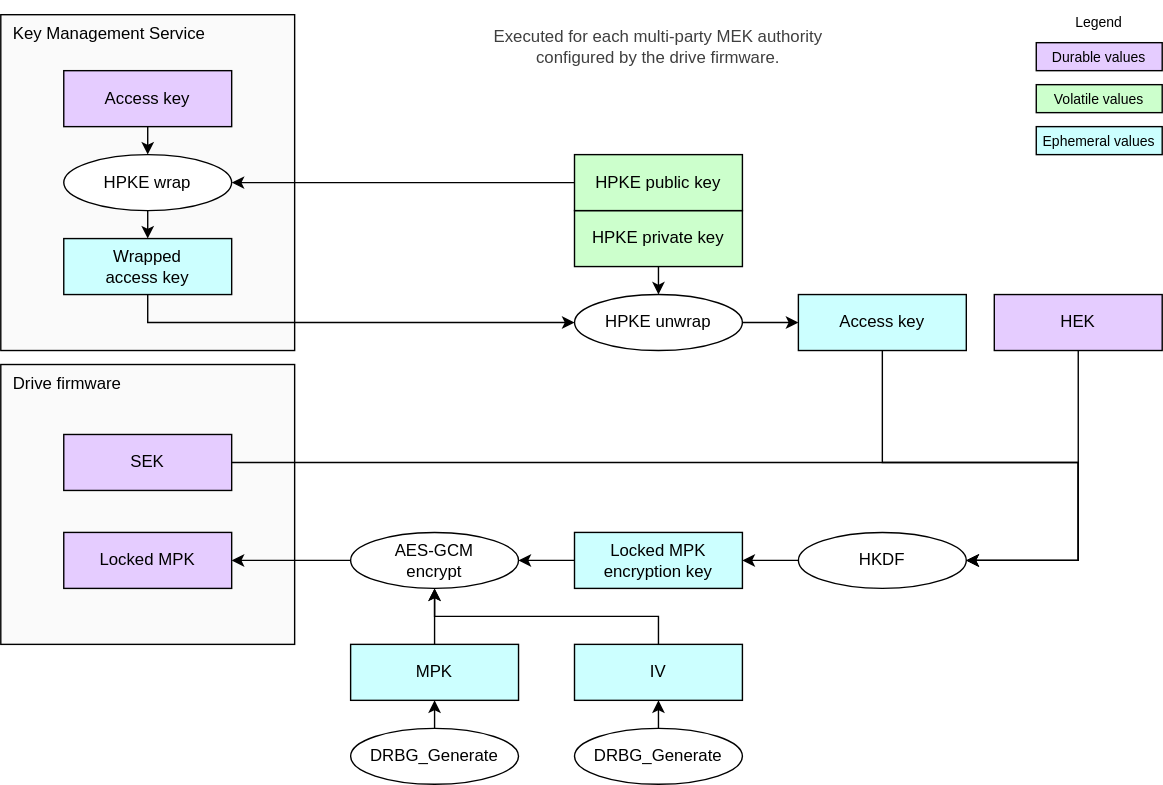
This is doc/ocp_lock/diagrams/mpk_generate.drawio.svg from chipsalliance/Caliptra, a draw.io export, as it was before one commit. Source tidied: cells renumbered, new cells last; positions are measured from the earlier drawing's top-left corner, leaving out a move shared by most shapes.
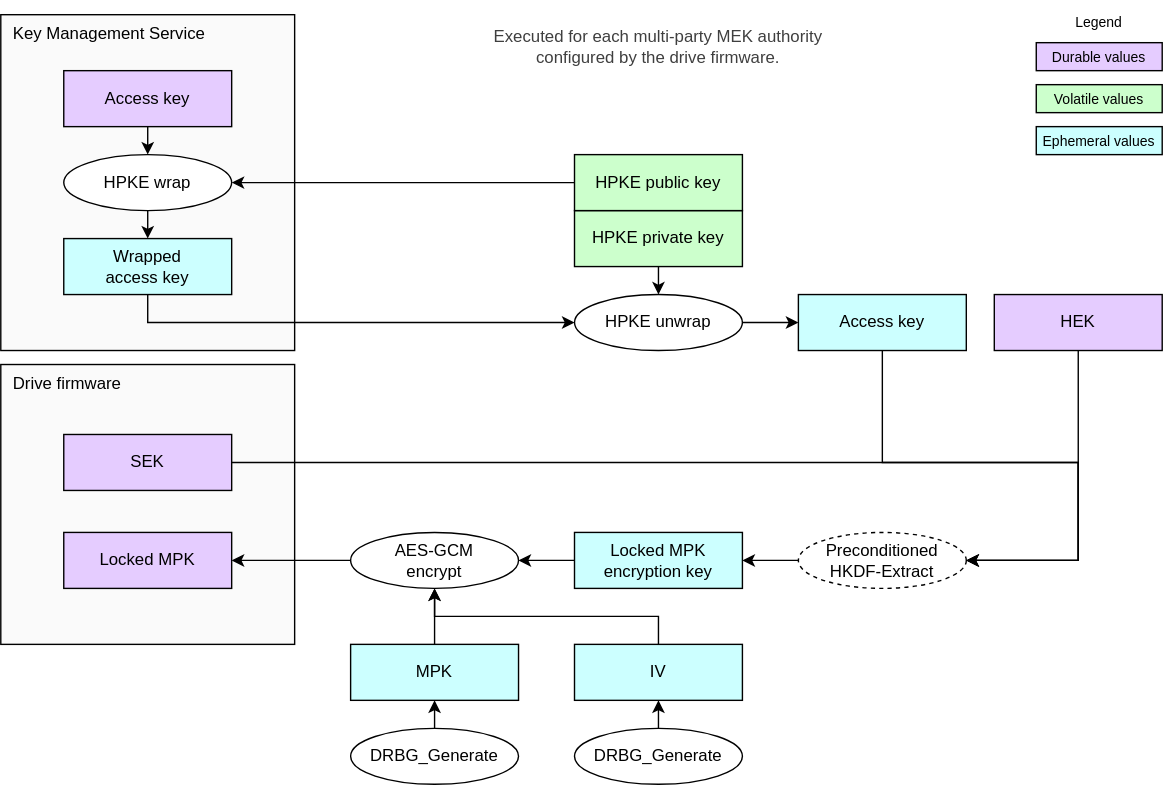
The same diagram one commit later.

Diff of the diagram source:
```diff
@@ -20,7 +20,7 @@
     <mxCell id="7" value="&lt;div&gt;&lt;font color=&quot;#000000&quot;&gt;Access key&lt;/font&gt;&lt;/div&gt;" style="rounded=0;whiteSpace=wrap;html=1;align=center;verticalAlign=middle;shadow=0;glass=0;spacingLeft=0;spacingBottom=0;spacingTop=0;fillColor=#CCFFFF;" parent="1" vertex="1">
       <mxGeometry x="570" y="210" width="120" height="40" as="geometry" />
     </mxCell>
-    <mxCell id="8" value="HKDF" style="ellipse;whiteSpace=wrap;html=1;fillColor=#FFFFFF;" parent="1" vertex="1">
+    <mxCell id="8" value="Preconditioned&lt;div&gt;HKDF-Extract&lt;/div&gt;" style="ellipse;whiteSpace=wrap;html=1;fillColor=#FFFFFF;dashed=1;" parent="1" vertex="1">
       <mxGeometry x="570" y="380" width="120" height="40" as="geometry" />
     </mxCell>
     <mxCell id="9" value="AES-GCM&lt;div&gt;encrypt&lt;/div&gt;" style="ellipse;whiteSpace=wrap;html=1;fillColor=#FFFFFF;" parent="1" vertex="1">
```
